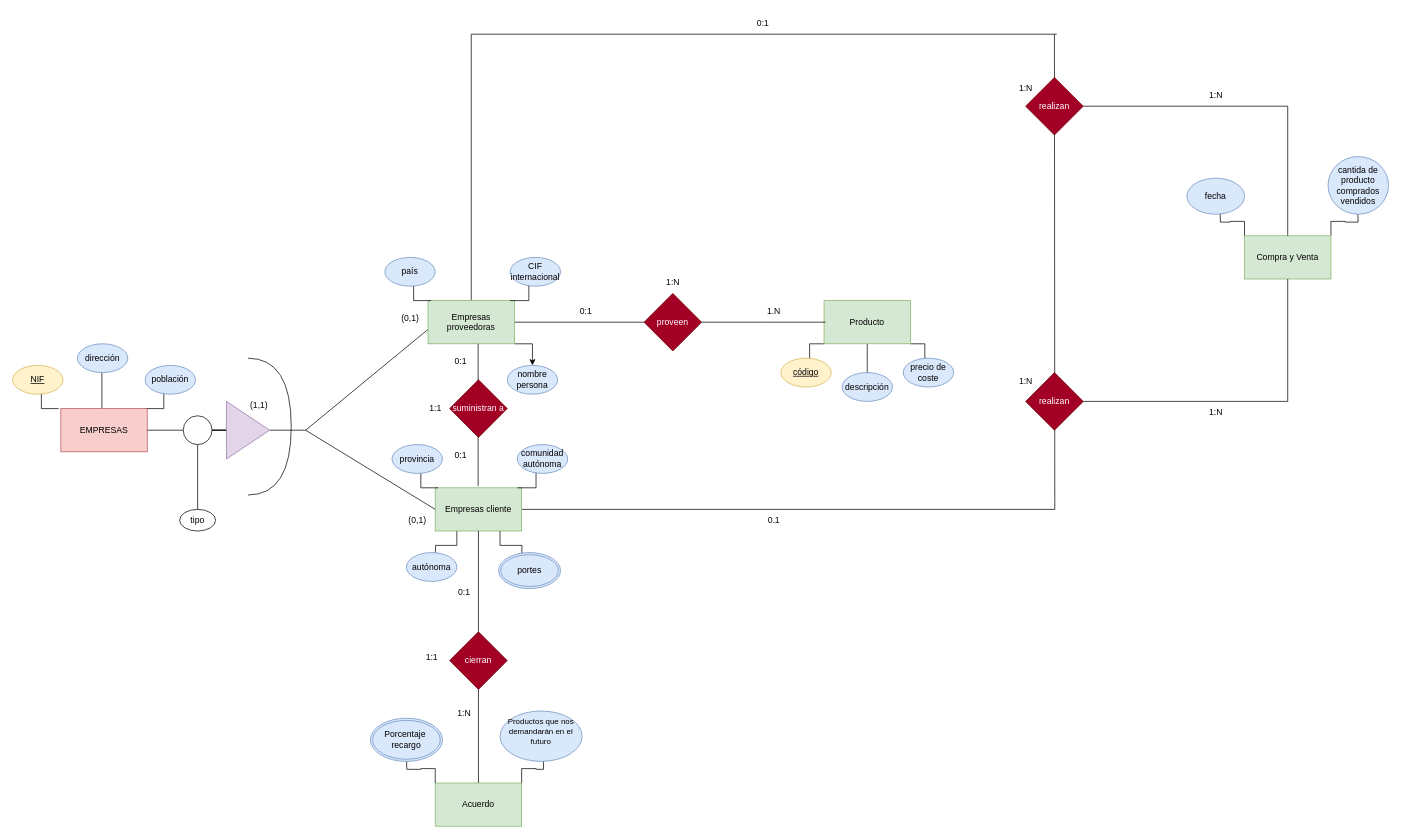
jpprguezz/BAE keeps this draw.io diagram as Unidad-2/Tarea-Entregable-4/Tarea-Entregable-4.drawio. Above is the earlier version. Source tidied: cells renumbered, new cells numbered last; positions are measured from the earlier drawing's top-left corner, leaving out a move shared by most shapes. Both pictures are drawn from the tidied source at 72%, with x=0, y=0 at pixel (12, 12).
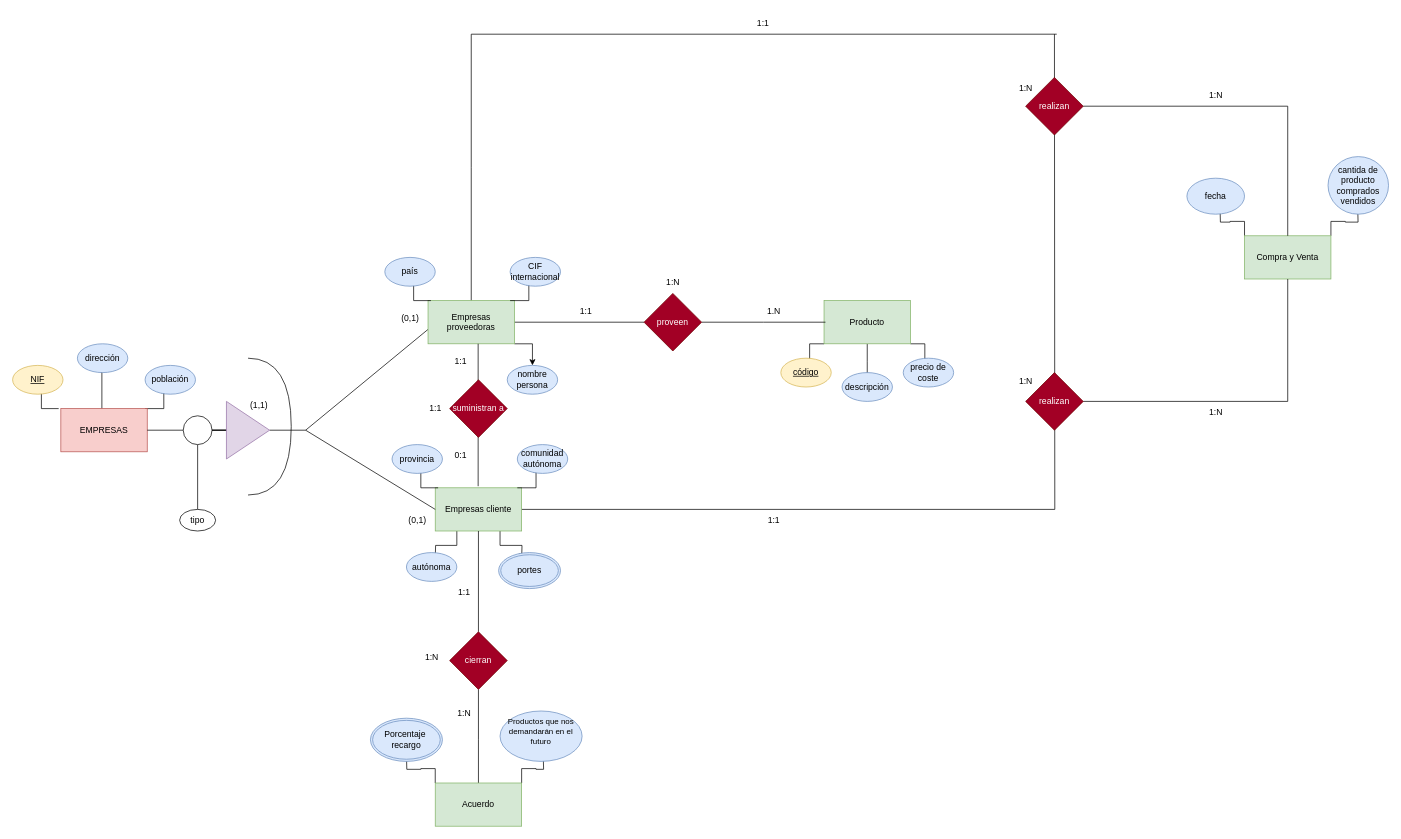
The same page after the edit.

Change to the diagram source:
```diff
@@
-    <mxCell id="65" value="0:1" style="text;html=1;align=center;verticalAlign=middle;strokeColor=none;fillColor=none;" parent="1" vertex="1">
+    <mxCell id="65" value="1:1" style="text;html=1;align=center;verticalAlign=middle;strokeColor=none;fillColor=none;" parent="1" vertex="1">
       <mxGeometry x="776" y="400" width="40" height="30" as="geometry" />
     </mxCell>
@@
-    <mxCell id="68" value="0:1" style="text;html=1;align=center;verticalAlign=middle;strokeColor=none;fillColor=none;" parent="1" vertex="1">
+    <mxCell id="68" value="1:1" style="text;html=1;align=center;verticalAlign=middle;strokeColor=none;fillColor=none;" parent="1" vertex="1">
       <mxGeometry x="602" y="470" width="40" height="30" as="geometry" />
     </mxCell>
@@
-    <mxCell id="71" value="0.1" style="text;html=1;align=center;verticalAlign=middle;strokeColor=none;fillColor=none;" parent="1" vertex="1">
+    <mxCell id="71" value="1:1" style="text;html=1;align=center;verticalAlign=middle;strokeColor=none;fillColor=none;" parent="1" vertex="1">
       <mxGeometry x="1037" y="690" width="40" height="30" as="geometry" />
     </mxCell>
@@
-    <mxCell id="78" value="0:1" style="text;html=1;align=center;verticalAlign=middle;strokeColor=none;fillColor=none;" parent="1" vertex="1">
+    <mxCell id="78" value="1:1" style="text;html=1;align=center;verticalAlign=middle;strokeColor=none;fillColor=none;" parent="1" vertex="1">
       <mxGeometry x="1022" width="40" height="30" as="geometry" />
     </mxCell>
@@
-    <mxCell id="82" value="0:1" style="text;html=1;align=center;verticalAlign=middle;strokeColor=none;fillColor=none;" parent="1" vertex="1">
+    <mxCell id="82" value="1:1" style="text;html=1;align=center;verticalAlign=middle;strokeColor=none;fillColor=none;" parent="1" vertex="1">
       <mxGeometry x="607" y="790" width="40" height="30" as="geometry" />
     </mxCell>
-    <mxCell id="83" value="1:1" style="text;html=1;align=center;verticalAlign=middle;strokeColor=none;fillColor=none;" parent="1" vertex="1">
+    <mxCell id="83" value="1:N" style="text;html=1;align=center;verticalAlign=middle;strokeColor=none;fillColor=none;" parent="1" vertex="1">
       <mxGeometry x="562" y="880" width="40" height="30" as="geometry" />
     </mxCell>
```
